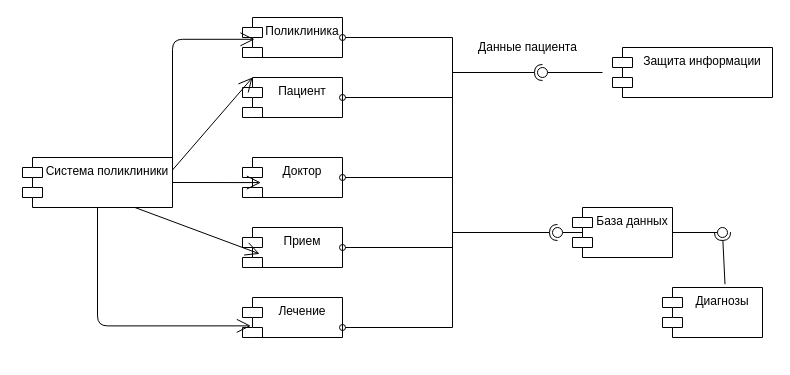
Before: DAoSS/Диаграмма_компонентов.drawio in VikaYakunina/lemongatorade, a draw.io diagram. Source tidied: cells renumbered, new cells numbered last; positions are measured from the earlier drawing's top-left corner, leaving out a move shared by most shapes. Both pictures are drawn from the tidied source at 100%, with x=0, y=0 at pixel (22, 17).
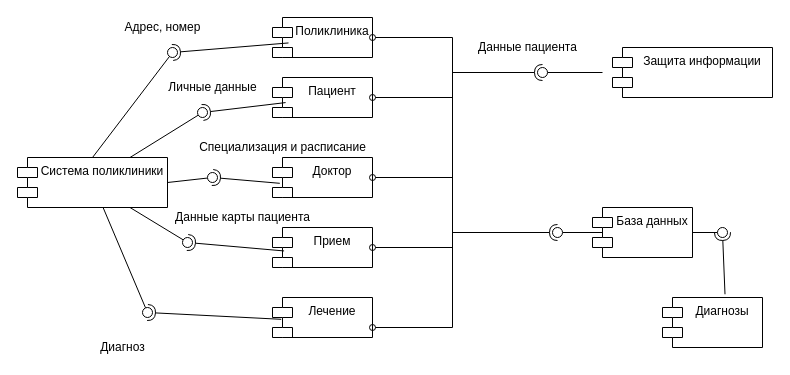
The same diagram, later.

The edit, as a diff of the source:
```diff
@@
     <mxCell id="2" value="Система поликлиники" style="shape=module;align=left;spacingLeft=20;align=center;verticalAlign=top;" parent="1" vertex="1">
-      <mxGeometry y="140" width="150" height="50" as="geometry" />
+      <mxGeometry x="-5" y="140" width="150" height="50" as="geometry" />
     </mxCell>
     <mxCell id="3" value="Поликлиника" style="shape=module;align=left;spacingLeft=20;align=center;verticalAlign=top;" parent="1" vertex="1">
-      <mxGeometry x="220" width="100" height="40" as="geometry" />
+      <mxGeometry x="250" width="100" height="40" as="geometry" />
     </mxCell>
     <mxCell id="4" value="Пациент" style="shape=module;align=left;spacingLeft=20;align=center;verticalAlign=top;" parent="1" vertex="1">
-      <mxGeometry x="220" y="60" width="100" height="40" as="geometry" />
+      <mxGeometry x="250" y="60" width="100" height="40" as="geometry" />
     </mxCell>
     <mxCell id="5" value="Доктор" style="shape=module;align=left;spacingLeft=20;align=center;verticalAlign=top;" parent="1" vertex="1">
-      <mxGeometry x="220" y="140" width="100" height="40" as="geometry" />
+      <mxGeometry x="250" y="140" width="100" height="40" as="geometry" />
     </mxCell>
     <mxCell id="6" value="Прием" style="shape=module;align=left;spacingLeft=20;align=center;verticalAlign=top;" parent="1" vertex="1">
-      <mxGeometry x="220" y="210" width="100" height="40" as="geometry" />
+      <mxGeometry x="250" y="210" width="100" height="40" as="geometry" />
     </mxCell>
     <mxCell id="7" value="Лечение" style="shape=module;align=left;spacingLeft=20;align=center;verticalAlign=top;" parent="1" vertex="1">
-      <mxGeometry x="220" y="280" width="100" height="40" as="geometry" />
+      <mxGeometry x="250" y="280" width="100" height="40" as="geometry" />
     </mxCell>
-    <mxCell id="8" style="endArrow=open;endFill=1;endSize=12;html=1;exitX=1;exitY=0.25;exitDx=0;exitDy=0;entryX=0.12;entryY=0.545;entryDx=0;entryDy=0;entryPerimeter=0;edgeStyle=orthogonalEdgeStyle;" parent="1" edge="1" source="2" target="3">
-      <mxGeometry relative="1" as="geometry">
-        <Array as="points">
-          <mxPoint x="150" y="22" />
-        </Array>
-      </mxGeometry>
-    </mxCell>
-    <mxCell id="9" style="endArrow=open;endFill=1;endSize=12;html=1;exitX=1;exitY=0.25;exitDx=0;exitDy=0;entryX=0;entryY=0;entryDx=10;entryDy=0;entryPerimeter=0;" parent="1" edge="1" source="2" target="4">
-      <mxGeometry relative="1" as="geometry" />
-    </mxCell>
-    <mxCell id="10" style="endArrow=open;endFill=1;endSize=12;html=1;exitX=1;exitY=0.5;exitDx=0;exitDy=0;entryX=0.184;entryY=0.627;entryDx=0;entryDy=0;entryPerimeter=0;" parent="1" edge="1" source="2" target="5">
-      <mxGeometry relative="1" as="geometry" />
-    </mxCell>
-    <mxCell id="11" style="endArrow=open;endFill=1;endSize=12;html=1;exitX=0.5;exitY=1;exitDx=0;exitDy=0;entryX=0.084;entryY=0.709;entryDx=0;entryDy=0;entryPerimeter=0;edgeStyle=orthogonalEdgeStyle;" parent="1" edge="1" source="2" target="7">
-      <mxGeometry relative="1" as="geometry">
-        <Array as="points">
-          <mxPoint x="75" y="308" />
-        </Array>
-      </mxGeometry>
-    </mxCell>
-    <mxCell id="12" style="endArrow=open;endFill=1;endSize=12;html=1;exitX=0.75;exitY=1;exitDx=0;exitDy=0;entryX=0.171;entryY=0.659;entryDx=0;entryDy=0;entryPerimeter=0;" parent="1" edge="1" source="2" target="6">
-      <mxGeometry relative="1" as="geometry" />
-    </mxCell>
@@
-    <mxCell id="18" style="endArrow=oval;html=1;endFill=0;" parent="1" edge="1">
+    <mxCell id="18" style="endArrow=oval;html=1;endFill=0;entryX=1;entryY=0.75;entryDx=0;entryDy=0;" parent="1" edge="1" target="7">
       <mxGeometry relative="1" as="geometry">
         <mxPoint x="430" y="310" as="sourcePoint" />
-        <mxPoint x="320" y="310" as="targetPoint" />
       </mxGeometry>
     </mxCell>
@@
     <mxCell id="26" value="База данных" style="shape=module;align=left;spacingLeft=20;align=center;verticalAlign=top;" parent="1" vertex="1">
-      <mxGeometry x="550" y="190" width="100" height="50" as="geometry" />
+      <mxGeometry x="570" y="190" width="100" height="50" as="geometry" />
     </mxCell>
@@
     <mxCell id="30" value="Диагнозы" style="shape=module;align=left;spacingLeft=20;align=center;verticalAlign=top;" parent="1" vertex="1">
-      <mxGeometry x="640" y="270" width="100" height="50" as="geometry" />
+      <mxGeometry x="640" y="280" width="100" height="50" as="geometry" />
     </mxCell>
@@
+    <mxCell id="32" style="rounded=0;jettySize=auto;html=1;endArrow=none;endFill=0;exitX=0.5;exitY=0;exitDx=0;exitDy=0;" parent="1" edge="1" source="2" target="34">
+      <mxGeometry relative="1" as="geometry" />
+    </mxCell>
+    <mxCell id="33" style="rounded=0;jettySize=auto;html=1;endArrow=halfCircle;endFill=0;entryX=0.5;entryY=0.5;entryDx=0;entryDy=0;endSize=6;strokeWidth=1;exitX=0.16;exitY=0.636;exitDx=0;exitDy=0;exitPerimeter=0;" parent="1" edge="1" source="3" target="34">
+      <mxGeometry relative="1" as="geometry" />
+    </mxCell>
+    <mxCell id="34" style="ellipse;whiteSpace=wrap;html=1;fontFamily=Helvetica;fontSize=12;fontColor=#000000;align=center;strokeColor=#000000;fillColor=#ffffff;points=[];" parent="1" vertex="1">
+      <mxGeometry x="145" y="30" width="10" height="10" as="geometry" />
+    </mxCell>
+    <mxCell id="35" style="rounded=0;jettySize=auto;html=1;endArrow=none;endFill=0;exitX=0.75;exitY=0;exitDx=0;exitDy=0;" parent="1" edge="1" source="2" target="37">
+      <mxGeometry relative="1" as="geometry" />
+    </mxCell>
+    <mxCell id="36" style="rounded=0;jettySize=auto;html=1;endArrow=halfCircle;endFill=0;entryX=0.5;entryY=0.5;entryDx=0;entryDy=0;endSize=6;strokeWidth=1;exitX=0.131;exitY=0.627;exitDx=0;exitDy=0;exitPerimeter=0;" parent="1" edge="1" source="4" target="37">
+      <mxGeometry relative="1" as="geometry" />
+    </mxCell>
+    <mxCell id="37" style="ellipse;whiteSpace=wrap;html=1;fontFamily=Helvetica;fontSize=12;fontColor=#000000;align=center;strokeColor=#000000;fillColor=#ffffff;points=[];" parent="1" vertex="1">
+      <mxGeometry x="175" y="90" width="10" height="10" as="geometry" />
+    </mxCell>
+    <mxCell id="38" style="rounded=0;jettySize=auto;html=1;endArrow=none;endFill=0;exitX=1;exitY=0.5;exitDx=0;exitDy=0;" parent="1" edge="1" source="2" target="40">
+      <mxGeometry relative="1" as="geometry" />
+    </mxCell>
+    <mxCell id="39" style="rounded=0;jettySize=auto;html=1;endArrow=halfCircle;endFill=0;endSize=6;strokeWidth=1;exitX=0.073;exitY=0.645;exitDx=0;exitDy=0;exitPerimeter=0;" parent="1" edge="1" source="5">
+      <mxGeometry relative="1" as="geometry">
+        <mxPoint x="190" y="160" as="targetPoint" />
+      </mxGeometry>
+    </mxCell>
+    <mxCell id="40" style="ellipse;whiteSpace=wrap;html=1;fontFamily=Helvetica;fontSize=12;fontColor=#000000;align=center;strokeColor=#000000;fillColor=#ffffff;points=[];" parent="1" vertex="1">
+      <mxGeometry x="185" y="155" width="10" height="10" as="geometry" />
+    </mxCell>
+    <mxCell id="41" style="rounded=0;jettySize=auto;html=1;endArrow=none;endFill=0;exitX=0.75;exitY=1;exitDx=0;exitDy=0;" parent="1" edge="1" source="2" target="43">
+      <mxGeometry relative="1" as="geometry" />
+    </mxCell>
+    <mxCell id="42" style="rounded=0;jettySize=auto;html=1;endArrow=halfCircle;endFill=0;entryX=0.5;entryY=0.5;entryDx=0;entryDy=0;endSize=6;strokeWidth=1;exitX=0.116;exitY=0.586;exitDx=0;exitDy=0;exitPerimeter=0;" parent="1" edge="1" source="6" target="43">
+      <mxGeometry relative="1" as="geometry" />
+    </mxCell>
+    <mxCell id="43" style="ellipse;whiteSpace=wrap;html=1;fontFamily=Helvetica;fontSize=12;fontColor=#000000;align=center;strokeColor=#000000;fillColor=#ffffff;points=[];" parent="1" vertex="1">
+      <mxGeometry x="160" y="220" width="10" height="10" as="geometry" />
+    </mxCell>
+    <mxCell id="44" style="rounded=0;jettySize=auto;html=1;endArrow=none;endFill=0;" parent="1" edge="1" source="2" target="46">
+      <mxGeometry relative="1" as="geometry" />
+    </mxCell>
+    <mxCell id="45" style="rounded=0;jettySize=auto;html=1;endArrow=halfCircle;endFill=0;entryX=0.5;entryY=0.5;entryDx=0;entryDy=0;endSize=6;strokeWidth=1;exitX=0.087;exitY=0.545;exitDx=0;exitDy=0;exitPerimeter=0;" parent="1" edge="1" source="7" target="46">
+      <mxGeometry relative="1" as="geometry" />
+    </mxCell>
+    <mxCell id="46" style="ellipse;whiteSpace=wrap;html=1;fontFamily=Helvetica;fontSize=12;fontColor=#000000;align=center;strokeColor=#000000;fillColor=#ffffff;points=[];" parent="1" vertex="1">
+      <mxGeometry x="120" y="290" width="10" height="10" as="geometry" />
+    </mxCell>
+    <mxCell id="47" value="Диагноз" style="text;html=1;align=center;verticalAlign=middle;fillColor=none;strokeColor=none;rounded=0;" parent="1" vertex="1">
+      <mxGeometry x="70" y="320" width="60" height="20" as="geometry" />
+    </mxCell>
+    <mxCell id="48" value="Специализация и расписание" style="text;html=1;align=center;verticalAlign=middle;fillColor=none;strokeColor=none;rounded=0;" parent="1" vertex="1">
+      <mxGeometry x="170" y="120" width="180" height="20" as="geometry" />
+    </mxCell>
+    <mxCell id="49" value="Данные карты пациента" style="text;html=1;align=center;verticalAlign=middle;fillColor=none;strokeColor=none;rounded=0;" parent="1" vertex="1">
+      <mxGeometry x="145" y="190" width="150" height="20" as="geometry" />
+    </mxCell>
+    <mxCell id="50" value="Личные данные" style="text;html=1;align=center;verticalAlign=middle;fillColor=none;strokeColor=none;rounded=0;" parent="1" vertex="1">
+      <mxGeometry x="140" y="60" width="100" height="20" as="geometry" />
+    </mxCell>
+    <mxCell id="51" value="Адрес, номер" style="text;html=1;align=center;verticalAlign=middle;fillColor=none;strokeColor=none;rounded=0;" parent="1" vertex="1">
+      <mxGeometry x="95" width="90" height="20" as="geometry" />
+    </mxCell>
```
